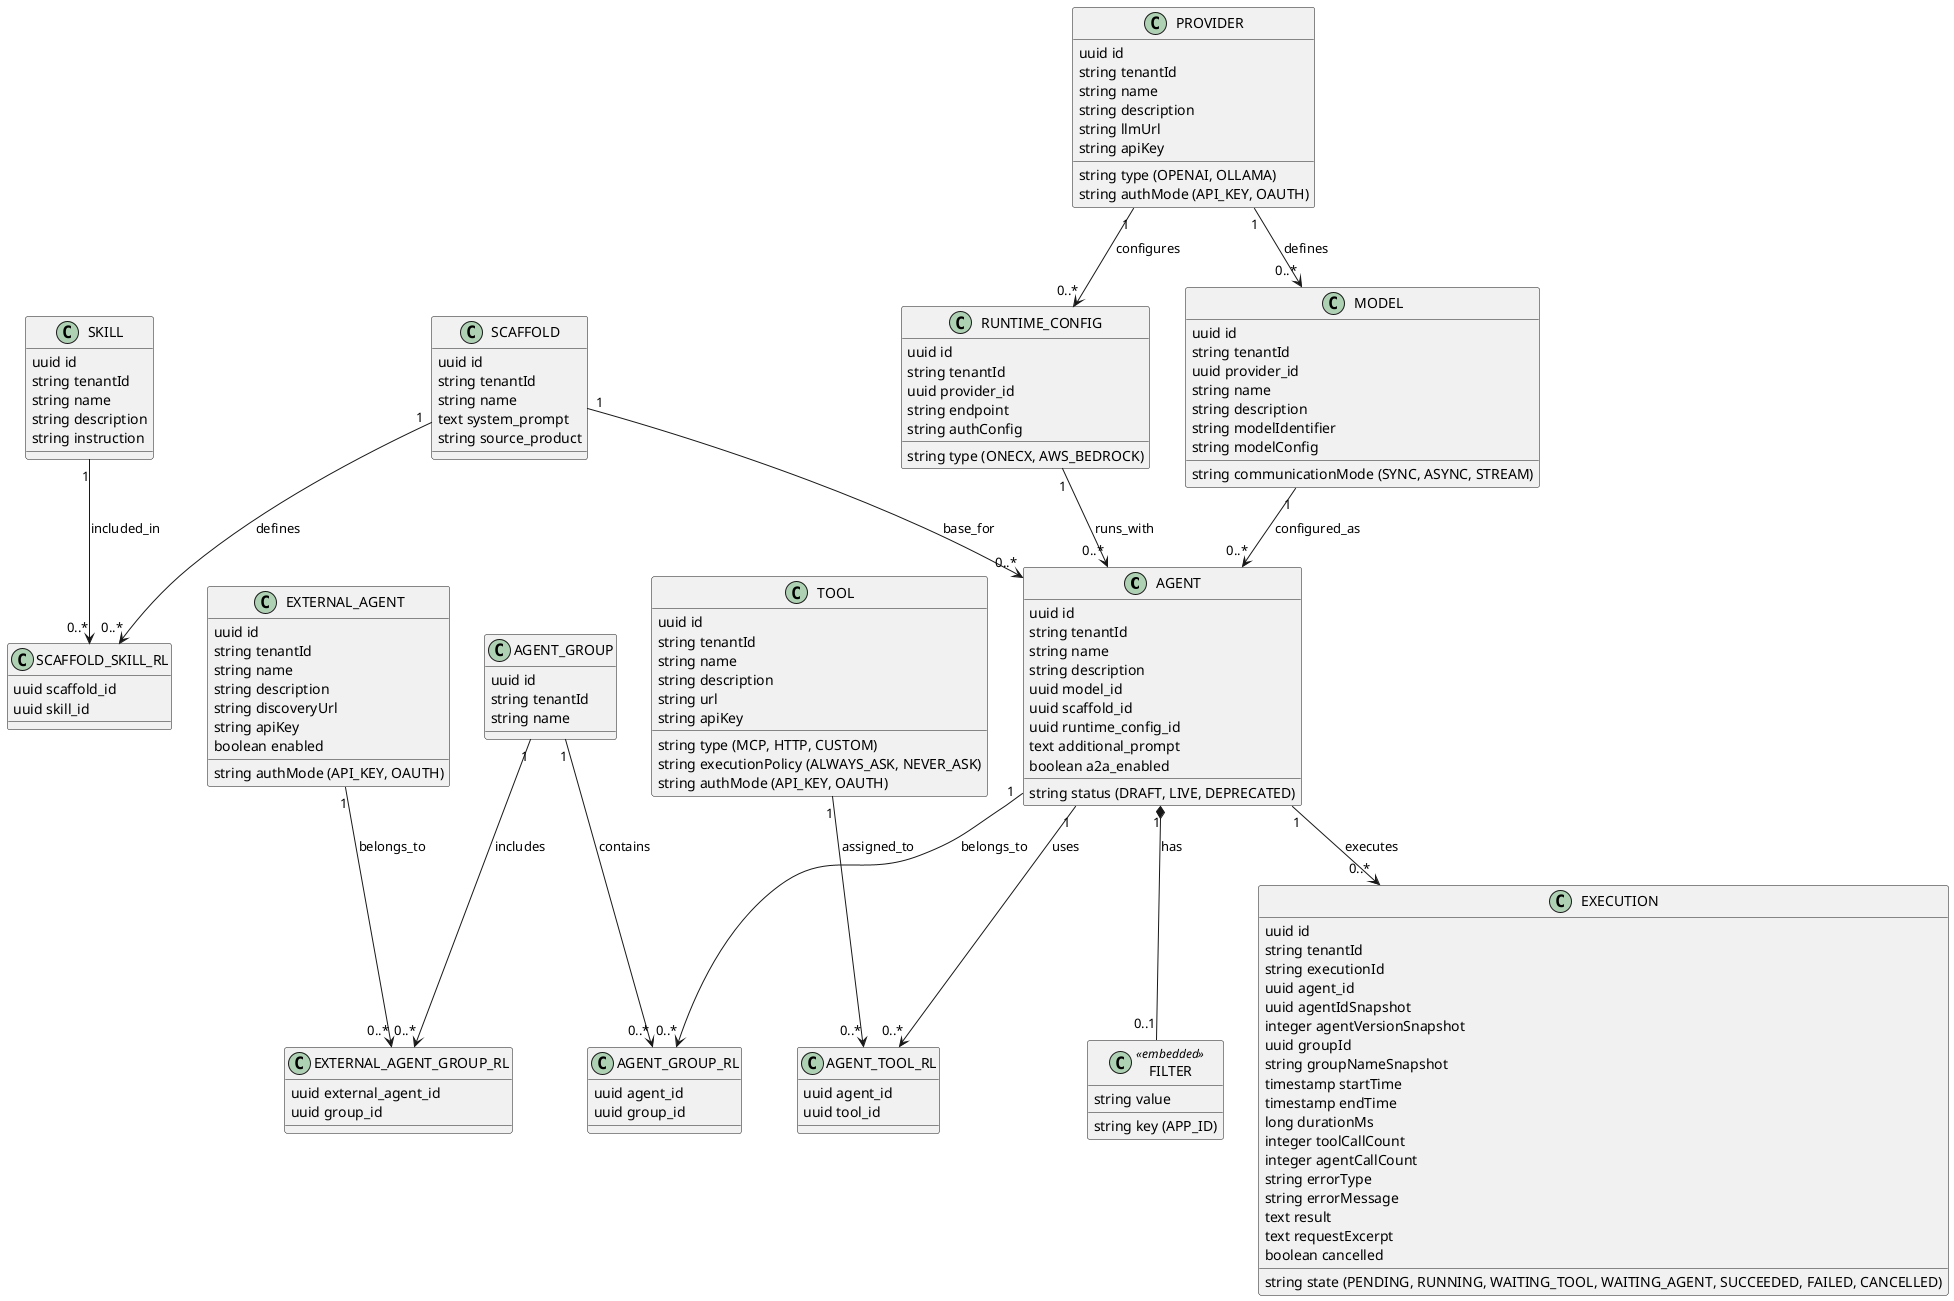
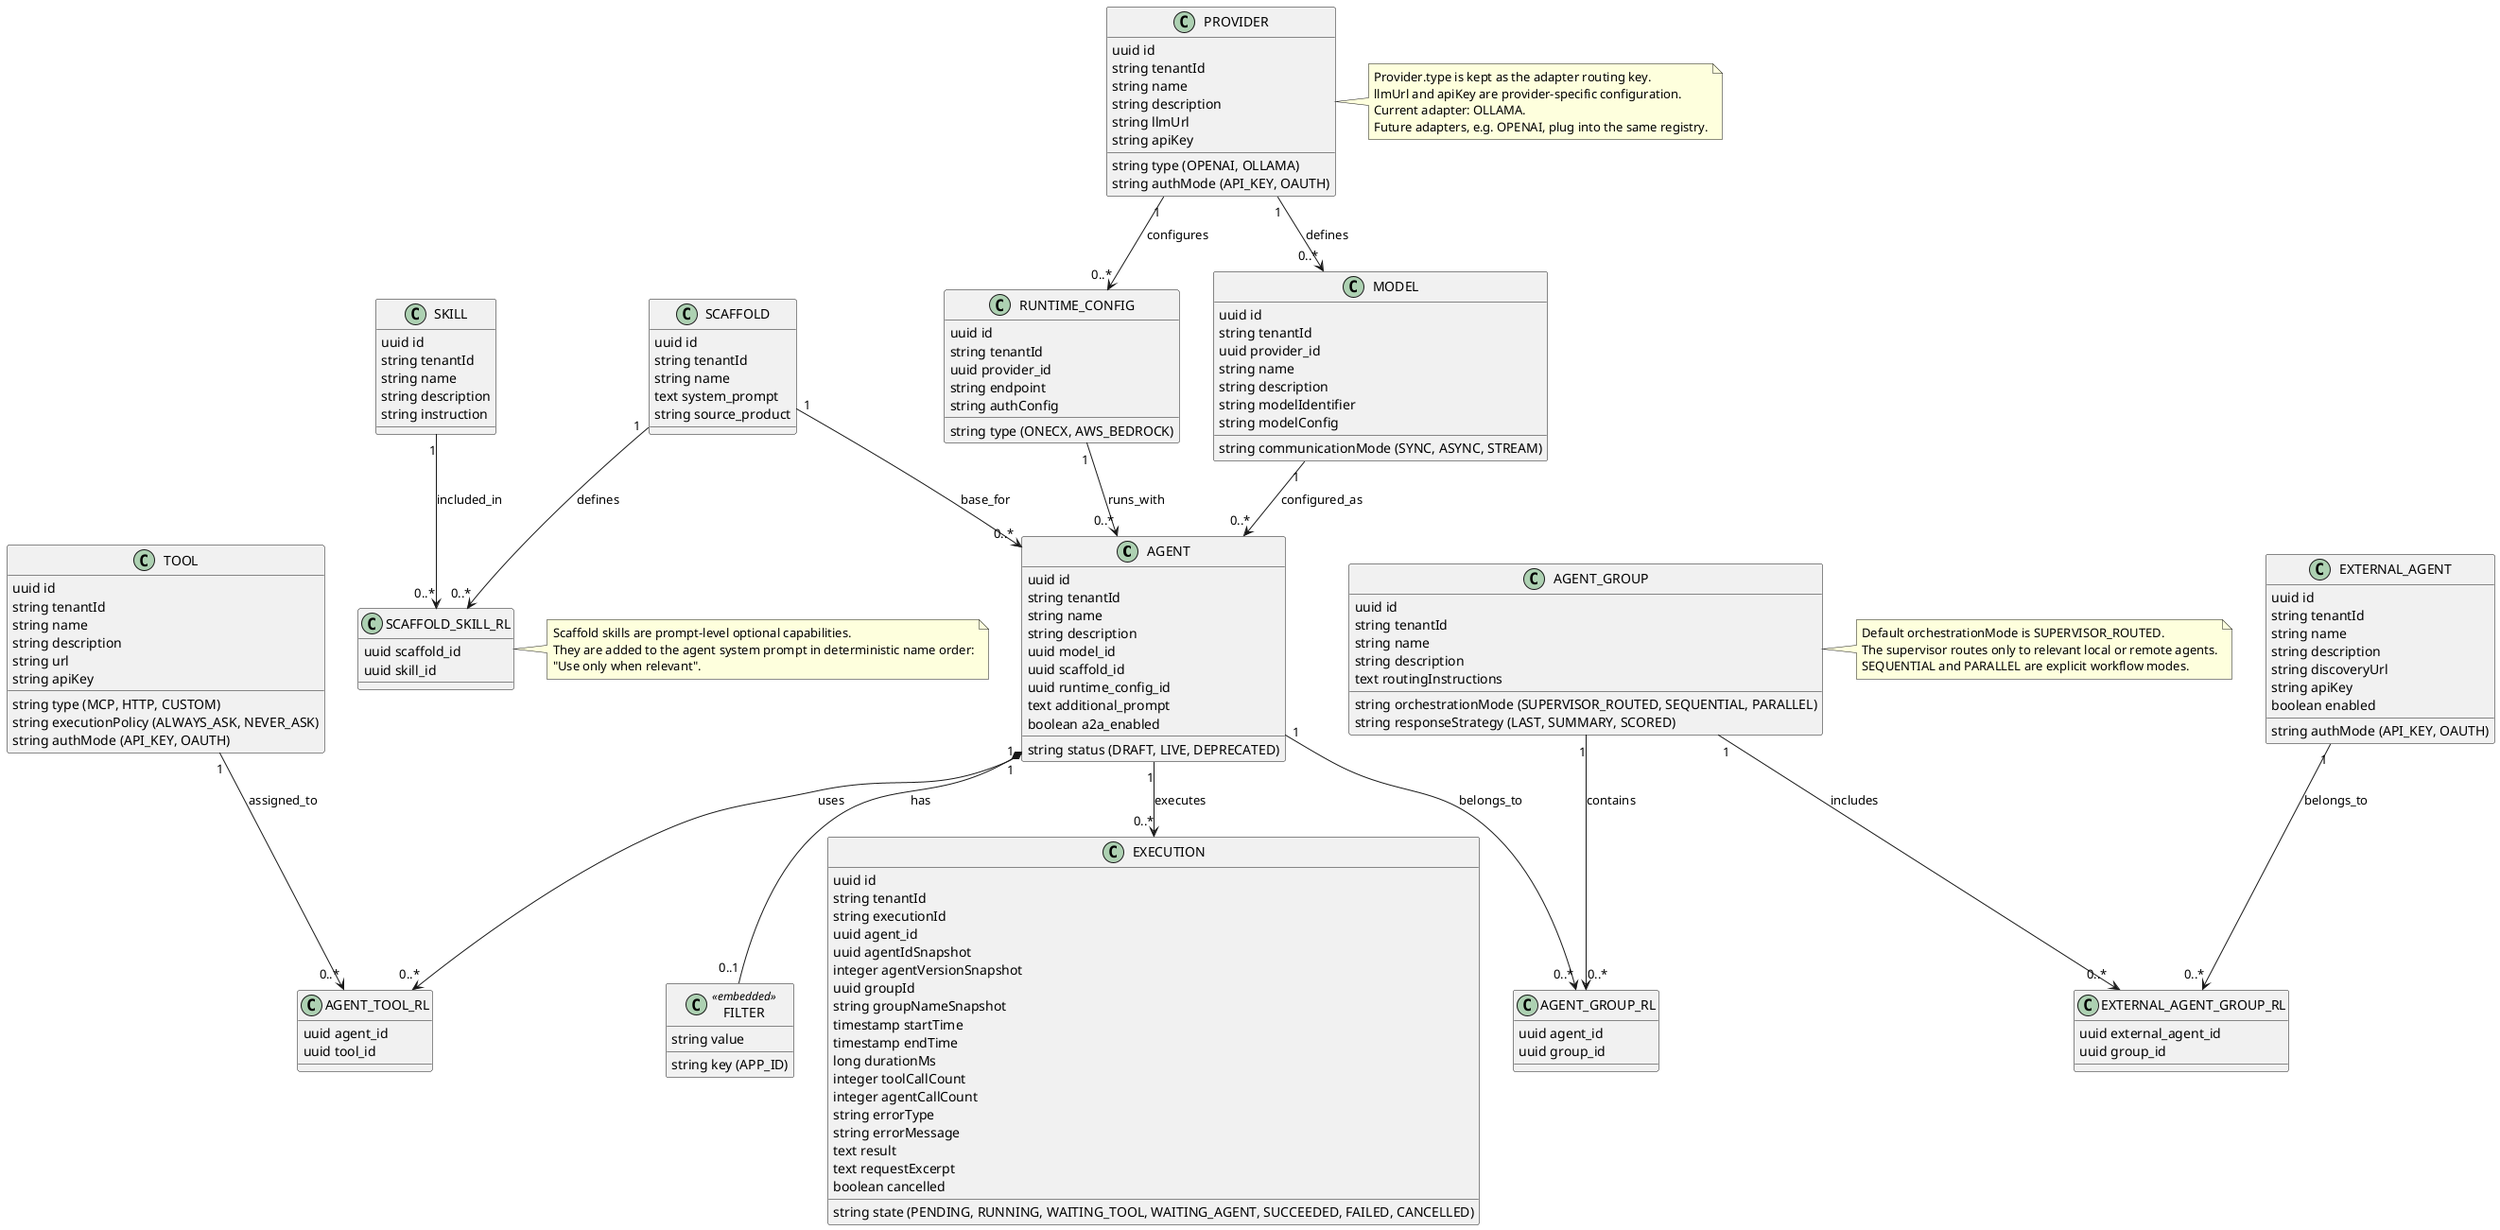
@startuml agent-store-final

' =========================
' CORE ENTITIES
' =========================

class AGENT {
  uuid id
  string tenantId
  string name
  string description
  uuid model_id
  uuid scaffold_id
  uuid runtime_config_id
  text additional_prompt
  boolean a2a_enabled
  string status (DRAFT, LIVE, DEPRECATED)
}

class FILTER <<embedded>> {
  string key (APP_ID)
  string value
}

class SCAFFOLD {
  uuid id
  string tenantId
  string name
  text system_prompt
  string source_product
}

class PROVIDER {
  uuid id
  string tenantId
  string name
  string description
  string type (OPENAI, OLLAMA)
  string llmUrl
  string apiKey
  string authMode (API_KEY, OAUTH)
}

class MODEL {
  uuid id
  string tenantId
  uuid provider_id
  string name
  string description
  string modelIdentifier
  string modelConfig
  string communicationMode (SYNC, ASYNC, STREAM)
}

class RUNTIME_CONFIG {
  uuid id
  string tenantId
  string type (ONECX, AWS_BEDROCK)
  uuid provider_id
  string endpoint
  string authConfig
}

class TOOL {
  uuid id
  string tenantId
  string name
  string description
  string type (MCP, HTTP, CUSTOM)
  string url
  string apiKey
  string executionPolicy (ALWAYS_ASK, NEVER_ASK)
  string authMode (API_KEY, OAUTH)
}

class SKILL {
  uuid id
  string tenantId
  string name
  string description
  string instruction
}

class AGENT_GROUP {
  uuid id
  string tenantId
  string name
+   string description
+   text routingInstructions
+   string orchestrationMode (SUPERVISOR_ROUTED, SEQUENTIAL, PARALLEL)
+   string responseStrategy (LAST, SUMMARY, SCORED)
}

class EXECUTION {
  uuid id
  string tenantId
  string executionId
  string state (PENDING, RUNNING, WAITING_TOOL, WAITING_AGENT, SUCCEEDED, FAILED, CANCELLED)
  uuid agent_id
  uuid agentIdSnapshot
  integer agentVersionSnapshot
  uuid groupId
  string groupNameSnapshot
  timestamp startTime
  timestamp endTime
  long durationMs
  integer toolCallCount
  integer agentCallCount
  string errorType
  string errorMessage
  text result
  text requestExcerpt
  boolean cancelled
}

class EXTERNAL_AGENT {
  uuid id
  string tenantId
  string name
  string description
  string discoveryUrl
  string apiKey
  string authMode (API_KEY, OAUTH)
  boolean enabled
}

' =========================
' RELATION TABLES (_RL)
' =========================

class SCAFFOLD_SKILL_RL {
  uuid scaffold_id
  uuid skill_id
}

class AGENT_TOOL_RL {
  uuid agent_id
  uuid tool_id
}

class AGENT_GROUP_RL {
  uuid agent_id
  uuid group_id
}

class EXTERNAL_AGENT_GROUP_RL {
  uuid external_agent_id
  uuid group_id
}

' =========================
' RELATIONSHIPS
' =========================

PROVIDER "1" --> "0..*" MODEL : defines
PROVIDER "1" --> "0..*" RUNTIME_CONFIG : configures

MODEL "1" --> "0..*" AGENT : configured_as
RUNTIME_CONFIG "1" --> "0..*" AGENT : runs_with
SCAFFOLD "1" --> "0..*" AGENT : base_for

AGENT "1" *-- "0..1" FILTER : has

SCAFFOLD "1" --> "0..*" SCAFFOLD_SKILL_RL : defines
SKILL "1" --> "0..*" SCAFFOLD_SKILL_RL : included_in
+ note right of SCAFFOLD_SKILL_RL
+ Scaffold skills are prompt-level optional capabilities.
+ They are added to the agent system prompt in deterministic name order:
+ "Use only when relevant".
+ end note

AGENT "1" --> "0..*" AGENT_TOOL_RL : uses
TOOL "1" --> "0..*" AGENT_TOOL_RL : assigned_to

AGENT "1" --> "0..*" AGENT_GROUP_RL : belongs_to
AGENT_GROUP "1" --> "0..*" AGENT_GROUP_RL : contains

EXTERNAL_AGENT "1" --> "0..*" EXTERNAL_AGENT_GROUP_RL : belongs_to
AGENT_GROUP "1" --> "0..*" EXTERNAL_AGENT_GROUP_RL : includes

AGENT "1" --> "0..*" EXECUTION : executes

+ note right of AGENT_GROUP
+ Default orchestrationMode is SUPERVISOR_ROUTED.
+ The supervisor routes only to relevant local or remote agents.
+ SEQUENTIAL and PARALLEL are explicit workflow modes.
+ end note
+ 
+ note right of PROVIDER
+ Provider.type is kept as the adapter routing key.
+ llmUrl and apiKey are provider-specific configuration.
+ Current adapter: OLLAMA.
+ Future adapters, e.g. OPENAI, plug into the same registry.
+ end note
+ 
@enduml
